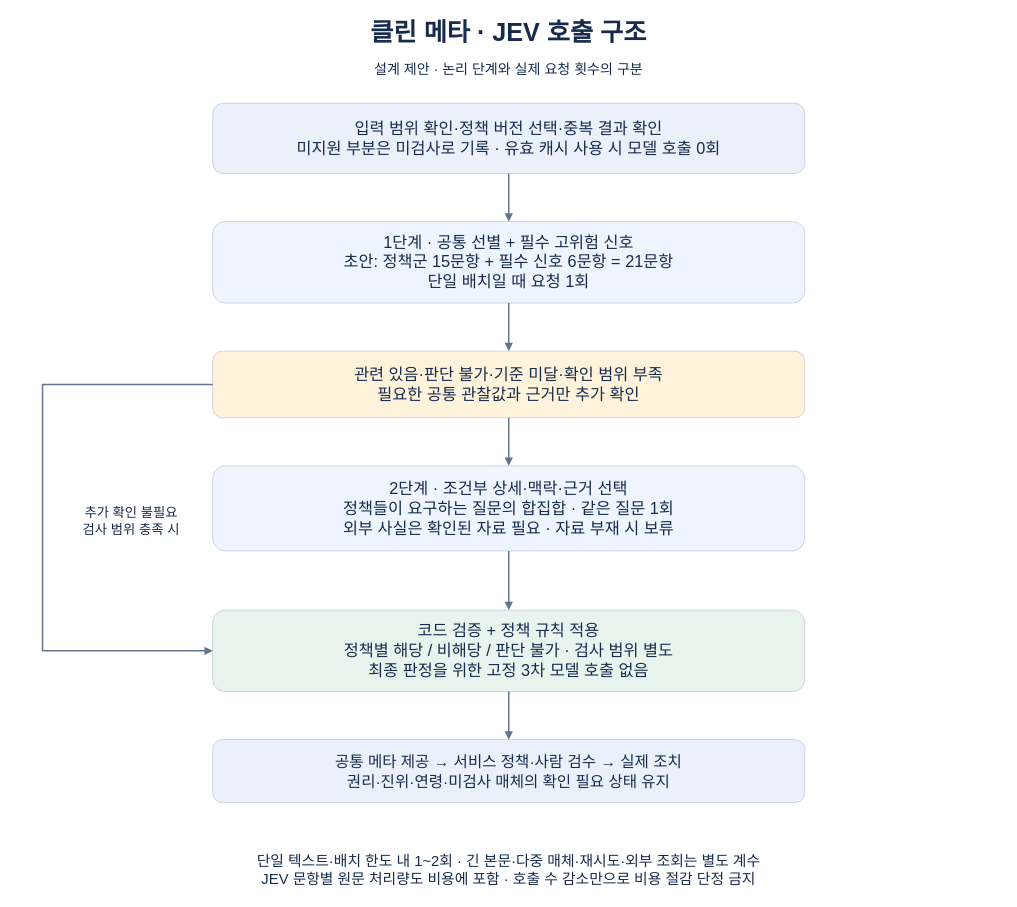
Earlier version of the draw.io diagram docs/experiments/cleanmeta/cleanmeta-policy-flow.drawio (onam2518/prism). Source tidied: cells renumbered, new cells numbered last; positions are measured from the earlier drawing's top-left corner, leaving out a move shared by most shapes. Both pictures are drawn from the tidied source at 74%, with x=0, y=0 at pixel (13, 13).
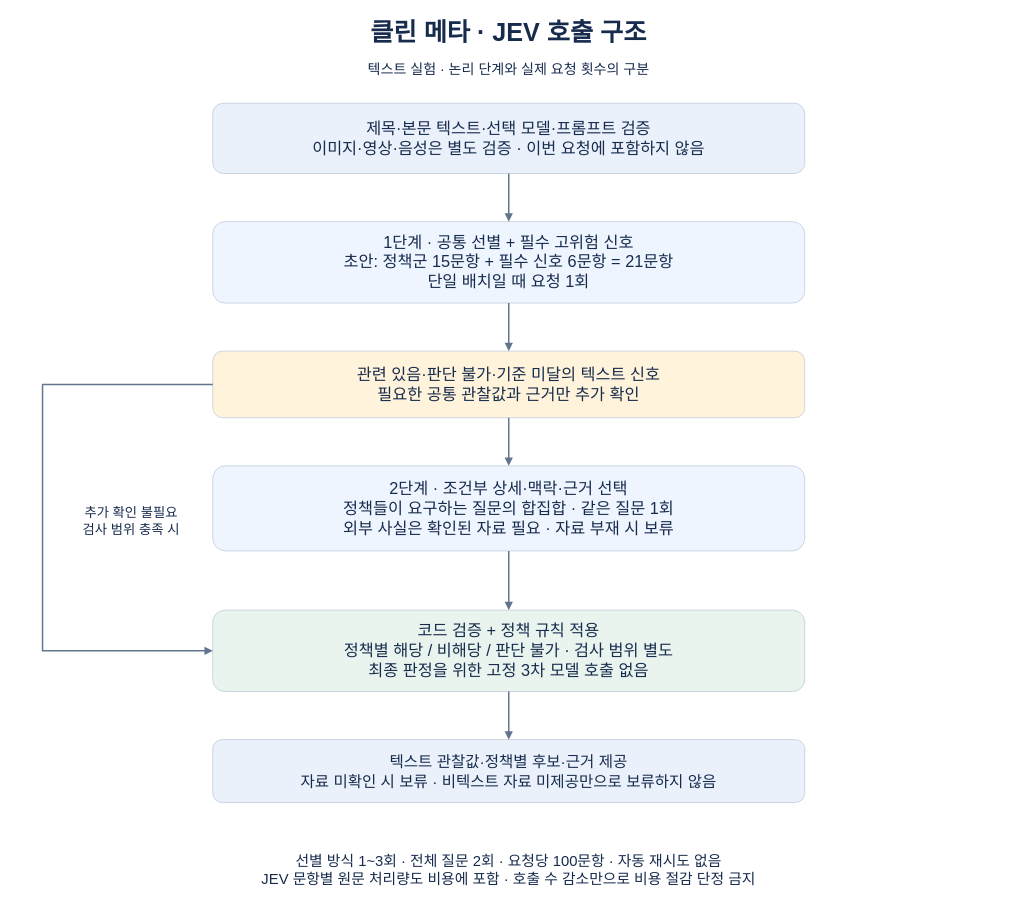
The same page after the edit.

What changed in the source:
```diff
@@
 <mxGraphModel>
   <root>
     <mxCell id="0" />
     <mxCell id="1" parent="0" />
     <mxCell id="2" value="클린 메타 · JEV 호출 구조" style="rounded=1;whiteSpace=wrap;html=0;fillColor=none;strokeColor=none;fontColor=#172b4d;fontFamily=Apple SD Gothic Neo;fontSize=34;fontStyle=1;" parent="1" vertex="1">
       <mxGeometry x="10" width="1320" height="54" as="geometry" />
     </mxCell>
-    <mxCell id="3" value="설계 제안 · 논리 단계와 실제 요청 횟수의 구분" style="rounded=1;whiteSpace=wrap;html=0;fillColor=none;strokeColor=none;fontColor=#172b4d;fontFamily=Apple SD Gothic Neo;fontSize=19;fontStyle=0;" parent="1" vertex="1">
+    <mxCell id="3" value="텍스트 실험 · 논리 단계와 실제 요청 횟수의 구분" style="rounded=1;whiteSpace=wrap;html=0;fillColor=none;strokeColor=none;fontColor=#172b4d;fontFamily=Apple SD Gothic Neo;fontSize=19;fontStyle=0;" parent="1" vertex="1">
       <mxGeometry x="10" y="58" width="1320" height="38" as="geometry" />
     </mxCell>
-    <mxCell id="4" value="입력 범위 확인·정책 버전 선택·중복 결과 확인&#10;미지원 부분은 미검사로 기록 · 유효 캐시 사용 시 모델 호출 0회" style="rounded=1;whiteSpace=wrap;html=0;fillColor=#eaf1fb;strokeColor=#bdc9d8;fontColor=#172b4d;fontFamily=Apple SD Gothic Neo;fontSize=22;fontStyle=0;" parent="1" vertex="1">
+    <mxCell id="4" value="제목·본문 텍스트·선택 모델·프롬프트 검증&#10;이미지·영상·음성은 별도 검증 · 이번 요청에 포함하지 않음" style="rounded=1;whiteSpace=wrap;html=0;fillColor=#eaf1fb;strokeColor=#bdc9d8;fontColor=#172b4d;fontFamily=Apple SD Gothic Neo;fontSize=22;fontStyle=0;" parent="1" vertex="1">
       <mxGeometry x="270" y="122" width="800" height="95" as="geometry" />
     </mxCell>
     <mxCell id="5" value="1단계 · 공통 선별 + 필수 고위험 신호&#10;초안: 정책군 15문항 + 필수 신호 6문항 = 21문항&#10;단일 배치일 때 요청 1회" style="rounded=1;whiteSpace=wrap;html=0;fillColor=#eef5ff;strokeColor=#bdc9d8;fontColor=#172b4d;fontFamily=Apple SD Gothic Neo;fontSize=22;fontStyle=0;" parent="1" vertex="1">
       <mxGeometry x="270" y="282" width="800" height="110" as="geometry" />
     </mxCell>
     <mxCell id="6" style="edgeStyle=orthogonalEdgeStyle;rounded=0;endArrow=block;strokeColor=#61758f;strokeWidth=2;" parent="1" edge="1" source="4" target="5">
       <mxGeometry relative="1" as="geometry" />
     </mxCell>
-    <mxCell id="7" value="관련 있음·판단 불가·기준 미달·확인 범위 부족&#10;필요한 공통 관찰값과 근거만 추가 확인" style="rounded=1;whiteSpace=wrap;html=0;fillColor=#fff3db;strokeColor=#bdc9d8;fontColor=#172b4d;fontFamily=Apple SD Gothic Neo;fontSize=22;fontStyle=0;" parent="1" vertex="1">
+    <mxCell id="7" value="관련 있음·판단 불가·기준 미달의 텍스트 신호&#10;필요한 공통 관찰값과 근거만 추가 확인" style="rounded=1;whiteSpace=wrap;html=0;fillColor=#fff3db;strokeColor=#bdc9d8;fontColor=#172b4d;fontFamily=Apple SD Gothic Neo;fontSize=22;fontStyle=0;" parent="1" vertex="1">
       <mxGeometry x="270" y="457" width="800" height="90" as="geometry" />
     </mxCell>
     <mxCell id="8" style="edgeStyle=orthogonalEdgeStyle;rounded=0;endArrow=block;strokeColor=#61758f;strokeWidth=2;" parent="1" edge="1" source="5" target="7">
       <mxGeometry relative="1" as="geometry" />
     </mxCell>
     <mxCell id="9" value="2단계 · 조건부 상세·맥락·근거 선택&#10;정책들이 요구하는 질문의 합집합 · 같은 질문 1회&#10;외부 사실은 확인된 자료 필요 · 자료 부재 시 보류" style="rounded=1;whiteSpace=wrap;html=0;fillColor=#eef5ff;strokeColor=#bdc9d8;fontColor=#172b4d;fontFamily=Apple SD Gothic Neo;fontSize=22;fontStyle=0;" parent="1" vertex="1">
       <mxGeometry x="270" y="612" width="800" height="115" as="geometry" />
     </mxCell>
     <mxCell id="10" style="edgeStyle=orthogonalEdgeStyle;rounded=0;endArrow=block;strokeColor=#61758f;strokeWidth=2;" parent="1" edge="1" source="7" target="9">
       <mxGeometry relative="1" as="geometry" />
     </mxCell>
     <mxCell id="11" value="코드 검증 + 정책 규칙 적용&#10;정책별 해당 / 비해당 / 판단 불가 · 검사 범위 별도&#10;최종 판정을 위한 고정 3차 모델 호출 없음" style="rounded=1;whiteSpace=wrap;html=0;fillColor=#e9f4ee;strokeColor=#bdc9d8;fontColor=#172b4d;fontFamily=Apple SD Gothic Neo;fontSize=22;fontStyle=0;" parent="1" vertex="1">
       <mxGeometry x="270" y="807" width="800" height="110" as="geometry" />
     </mxCell>
     <mxCell id="12" style="edgeStyle=orthogonalEdgeStyle;rounded=0;endArrow=block;strokeColor=#61758f;strokeWidth=2;" parent="1" edge="1" source="9" target="11">
       <mxGeometry relative="1" as="geometry" />
     </mxCell>
     <mxCell id="13" style="edgeStyle=orthogonalEdgeStyle;rounded=0;endArrow=block;strokeColor=#61758f;strokeWidth=2;" parent="1" edge="1" source="7" target="11">
       <mxGeometry relative="1" as="geometry">
         <Array as="points">
           <mxPoint x="40" y="502" />
           <mxPoint x="40" y="862" />
         </Array>
       </mxGeometry>
     </mxCell>
     <mxCell id="14" value="추가 확인 불필요&#10;검사 범위 충족 시" style="rounded=1;whiteSpace=wrap;html=0;fillColor=none;strokeColor=none;fontColor=#172b4d;fontFamily=Apple SD Gothic Neo;fontSize=18;fontStyle=0;" parent="1" vertex="1">
       <mxGeometry x="60" y="652" width="200" height="70" as="geometry" />
     </mxCell>
-    <mxCell id="15" value="공통 메타 제공 → 서비스 정책·사람 검수 → 실제 조치&#10;권리·진위·연령·미검사 매체의 확인 필요 상태 유지" style="rounded=1;whiteSpace=wrap;html=0;fillColor=#eaf1fb;strokeColor=#bdc9d8;fontColor=#172b4d;fontFamily=Apple SD Gothic Neo;fontSize=21;fontStyle=0;" parent="1" vertex="1">
+    <mxCell id="15" value="텍스트 관찰값·정책별 후보·근거 제공&#10;자료 미확인 시 보류 · 비텍스트 자료 미제공만으로 보류하지 않음" style="rounded=1;whiteSpace=wrap;html=0;fillColor=#eaf1fb;strokeColor=#bdc9d8;fontColor=#172b4d;fontFamily=Apple SD Gothic Neo;fontSize=21;fontStyle=0;" parent="1" vertex="1">
       <mxGeometry x="270" y="982" width="800" height="85" as="geometry" />
     </mxCell>
     <mxCell id="16" style="edgeStyle=orthogonalEdgeStyle;rounded=0;endArrow=block;strokeColor=#61758f;strokeWidth=2;" parent="1" edge="1" source="11" target="15">
       <mxGeometry relative="1" as="geometry" />
     </mxCell>
-    <mxCell id="17" value="단일 텍스트·배치 한도 내 1~2회 · 긴 본문·다중 매체·재시도·외부 조회는 별도 계수&#10;JEV 문항별 원문 처리량도 비용에 포함 · 호출 수 감소만으로 비용 절감 단정 금지" style="rounded=1;whiteSpace=wrap;html=0;fillColor=none;strokeColor=none;fontColor=#172b4d;fontFamily=Apple SD Gothic Neo;fontSize=20;fontStyle=0;" parent="1" vertex="1">
+    <mxCell id="17" value="선별 방식 1~3회 · 전체 질문 2회 · 요청당 100문항 · 자동 재시도 없음&#10;JEV 문항별 원문 처리량도 비용에 포함 · 호출 수 감소만으로 비용 절감 단정 금지" style="rounded=1;whiteSpace=wrap;html=0;fillColor=none;strokeColor=none;fontColor=#172b4d;fontFamily=Apple SD Gothic Neo;fontSize=20;fontStyle=0;" parent="1" vertex="1">
       <mxGeometry y="1122" width="1340" height="70" as="geometry" />
     </mxCell>
   </root>
 </mxGraphModel>
```
